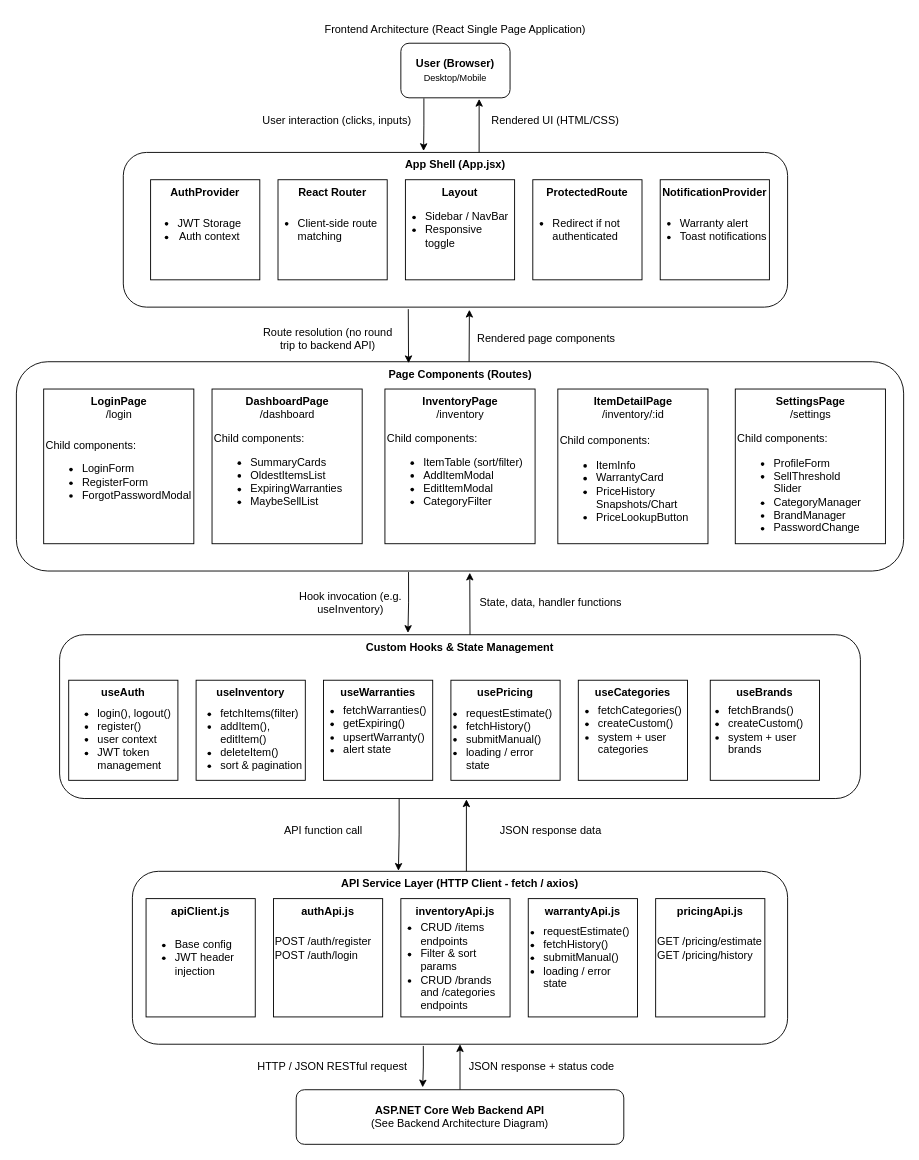
Before: FrontendSchema.drawio in DanMarDev/TAMS, a draw.io diagram. Source tidied: cells renumbered, new cells numbered last; positions are measured from the earlier drawing's top-left corner, leaving out a move shared by most shapes. Both pictures are drawn from the tidied source at 91%, with x=0, y=0 at pixel (15, 15).
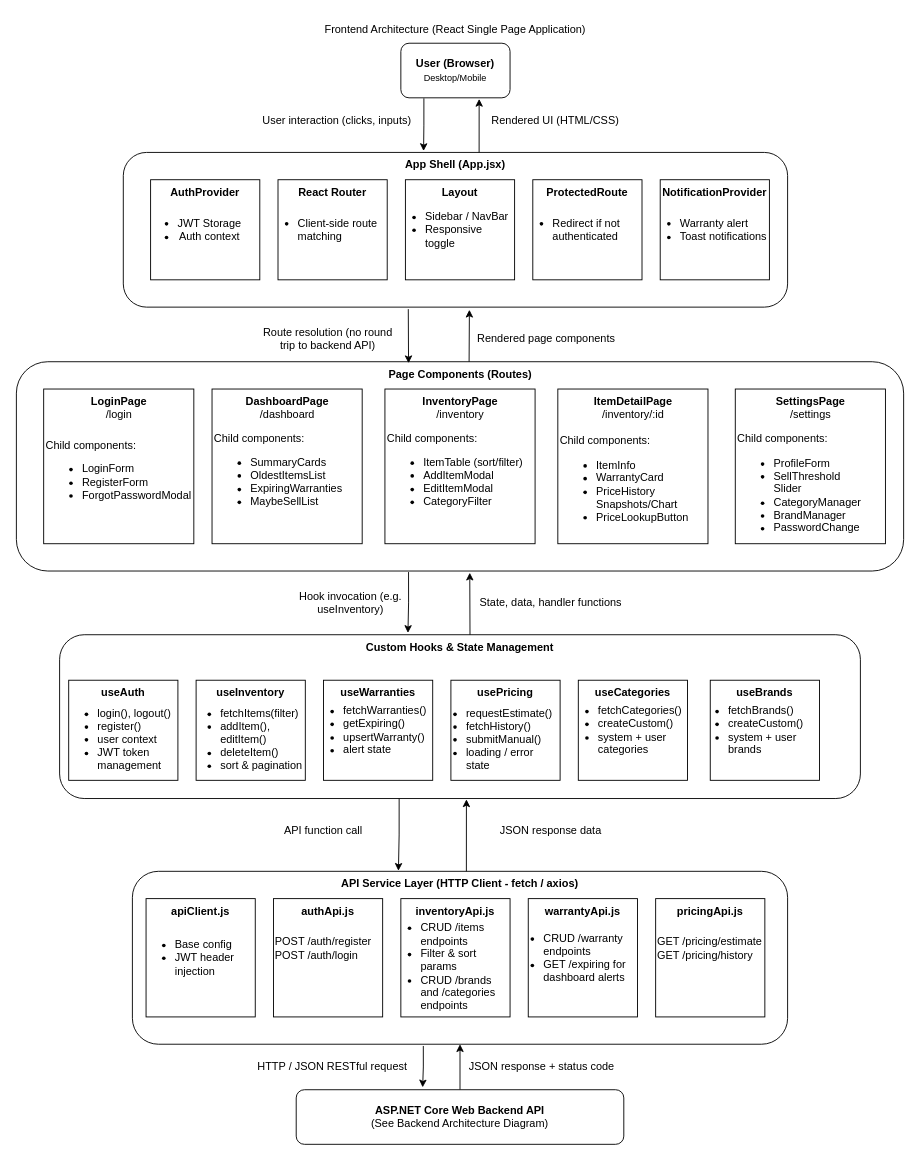
After the change.

What changed in the source:
```diff
@@
-    <mxCell id="53" value="&lt;ul&gt;&lt;li&gt;requestEstimate()&lt;/li&gt;&lt;li&gt;fetchHistory()&lt;/li&gt;&lt;li&gt;submitManual()&lt;/li&gt;&lt;li&gt;loading / error state&lt;/li&gt;&lt;/ul&gt;" style="text;html=1;whiteSpace=wrap;strokeColor=none;fillColor=none;align=left;verticalAlign=middle;rounded=0;" parent="1" vertex="1">
+    <mxCell id="53" value="&lt;ul&gt;&lt;li&gt;CRUD /warranty endpoints&lt;/li&gt;&lt;li&gt;GET /expiring for dashboard alerts&lt;/li&gt;&lt;/ul&gt;" style="text;html=1;whiteSpace=wrap;strokeColor=none;fillColor=none;align=left;verticalAlign=middle;rounded=0;" parent="1" vertex="1">
       <mxGeometry x="538" y="1020" width="140" height="30" as="geometry" />
     </mxCell>
```
